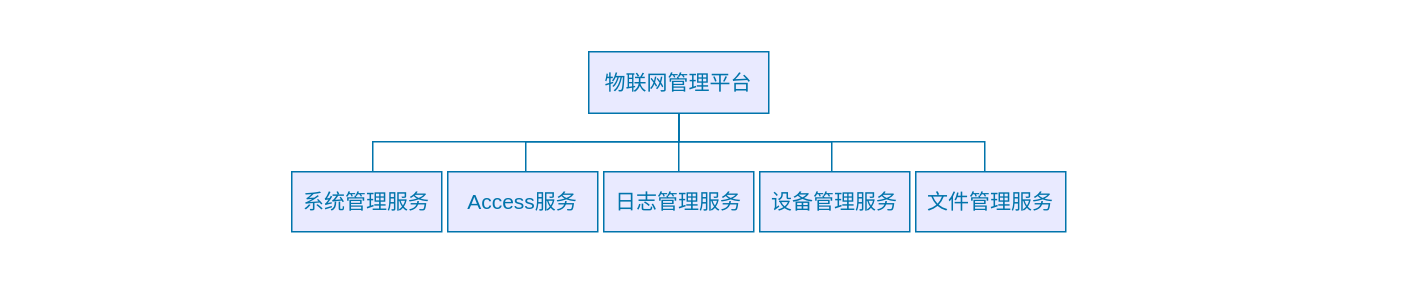
This is IOTManage/module-division.drawio from waterwatermelon/graph, a draw.io file, before an edit. Source tidied: cells renumbered, new cells numbered last; positions are measured from the earlier drawing's top-left corner, leaving out a move shared by most shapes. Both pictures are drawn from the tidied source at 150%, with x=0, y=0 at pixel (291, 51).
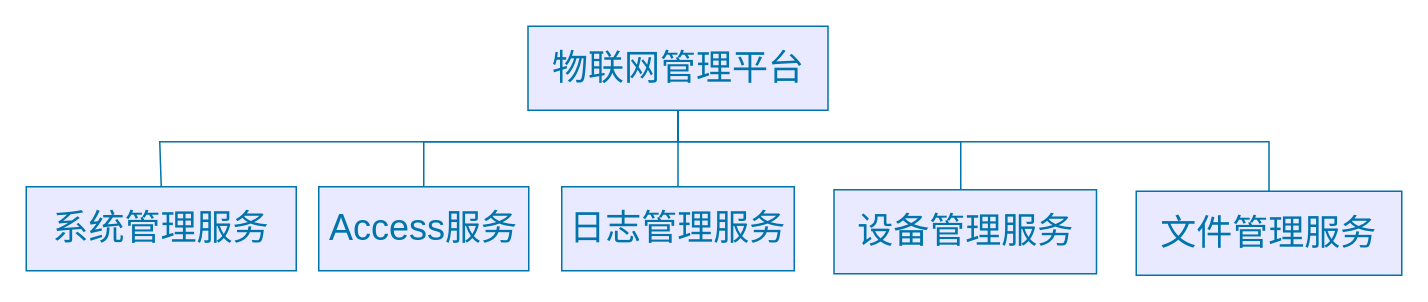
Above is the later version.

Change to the diagram source:
```diff
@@
 <mxGraphModel>
   <root>
     <mxCell id="0" />
     <mxCell id="1" parent="0" />
-    <mxCell id="2" style="edgeStyle=orthogonalEdgeStyle;rounded=0;jettySize=auto;html=1;exitX=0.5;exitY=1;exitDx=0;exitDy=0;fontSize=14;endArrow=none;endFill=0;strokeColor=#0174AB;labelBackgroundColor=none;fontColor=#0174AB;" parent="1" edge="1" source="7" target="11">
+    <mxCell id="2" style="edgeStyle=orthogonalEdgeStyle;rounded=0;jettySize=auto;html=1;exitX=0.5;exitY=1;exitDx=0;exitDy=0;fontSize=24;endArrow=none;endFill=0;strokeColor=#0174AB;labelBackgroundColor=none;fontColor=#0174AB;" parent="1" edge="1" source="7" target="11">
       <mxGeometry relative="1" as="geometry" />
     </mxCell>
-    <mxCell id="3" style="edgeStyle=orthogonalEdgeStyle;rounded=0;jettySize=auto;html=1;exitX=0.5;exitY=1;exitDx=0;exitDy=0;entryX=0.5;entryY=0;entryDx=0;entryDy=0;endArrow=none;endFill=0;fontSize=14;strokeColor=#0174AB;labelBackgroundColor=none;fontColor=#0174AB;" parent="1" edge="1" source="7" target="9">
+    <mxCell id="3" style="edgeStyle=orthogonalEdgeStyle;rounded=0;jettySize=auto;html=1;exitX=0.5;exitY=1;exitDx=0;exitDy=0;entryX=0.5;entryY=0;entryDx=0;entryDy=0;endArrow=none;endFill=0;fontSize=24;strokeColor=#0174AB;labelBackgroundColor=none;fontColor=#0174AB;" parent="1" edge="1" source="7" target="9">
       <mxGeometry relative="1" as="geometry">
         <Array as="points">
           <mxPoint x="258" y="60" />
-          <mxPoint x="156" y="60" />
+          <mxPoint x="88" y="60" />
         </Array>
       </mxGeometry>
     </mxCell>
-    <mxCell id="4" style="edgeStyle=orthogonalEdgeStyle;rounded=0;jettySize=auto;html=1;exitX=0.5;exitY=1;exitDx=0;exitDy=0;entryX=0.5;entryY=0;entryDx=0;entryDy=0;endArrow=none;endFill=0;fontSize=14;strokeColor=#0174AB;labelBackgroundColor=none;fontColor=#0174AB;" parent="1" edge="1" source="7" target="10">
-      <mxGeometry relative="1" as="geometry">
-        <Array as="points">
-          <mxPoint x="258" y="60" />
-          <mxPoint x="360" y="60" />
-        </Array>
-      </mxGeometry>
-    </mxCell>
-    <mxCell id="5" style="edgeStyle=orthogonalEdgeStyle;rounded=0;jettySize=auto;html=1;exitX=0.5;exitY=1;exitDx=0;exitDy=0;entryX=0.5;entryY=0;entryDx=0;entryDy=0;endArrow=none;endFill=0;fontSize=14;strokeColor=#0174AB;labelBackgroundColor=none;fontColor=#0174AB;" parent="1" edge="1" source="7" target="12">
+    <mxCell id="5" style="edgeStyle=orthogonalEdgeStyle;rounded=0;jettySize=auto;html=1;exitX=0.5;exitY=1;exitDx=0;exitDy=0;entryX=0.5;entryY=0;entryDx=0;entryDy=0;endArrow=none;endFill=0;fontSize=24;strokeColor=#0174AB;labelBackgroundColor=none;fontColor=#0174AB;" parent="1" edge="1" source="7" target="12">
       <mxGeometry relative="1" as="geometry">
         <Array as="points">
           <mxPoint x="258" y="60" />
-          <mxPoint x="462" y="60" />
+          <mxPoint x="652" y="60" />
         </Array>
       </mxGeometry>
     </mxCell>
-    <mxCell id="6" style="edgeStyle=orthogonalEdgeStyle;rounded=0;jettySize=auto;html=1;exitX=0.5;exitY=1;exitDx=0;exitDy=0;entryX=0.5;entryY=0;entryDx=0;entryDy=0;endArrow=none;endFill=0;fontSize=14;strokeColor=#0174AB;labelBackgroundColor=none;fontColor=#0174AB;" parent="1" edge="1" source="7" target="8">
+    <mxCell id="6" style="edgeStyle=orthogonalEdgeStyle;rounded=0;jettySize=auto;html=1;exitX=0.5;exitY=1;exitDx=0;exitDy=0;entryX=0.5;entryY=0;entryDx=0;entryDy=0;labelBackgroundColor=none;strokeColor=#0174AB;fontSize=24;fontColor=#0174AB;endArrow=none;endFill=0;" parent="1" edge="1" source="7" target="8">
       <mxGeometry relative="1" as="geometry">
         <Array as="points">
           <mxPoint x="258" y="60" />
-          <mxPoint x="54" y="60" />
+          <mxPoint x="-88" y="60" />
         </Array>
       </mxGeometry>
     </mxCell>
+    <mxCell id="4" style="edgeStyle=orthogonalEdgeStyle;rounded=0;jettySize=auto;html=1;exitX=0.5;exitY=1;exitDx=0;exitDy=0;entryX=0.5;entryY=0;entryDx=0;entryDy=0;labelBackgroundColor=none;endArrow=none;endFill=0;strokeColor=#0174AB;fontSize=24;fontColor=#0174AB;" parent="1" edge="1" source="7" target="10">
+      <mxGeometry relative="1" as="geometry">
+        <Array as="points">
+          <mxPoint x="258" y="60" />
+          <mxPoint x="446" y="60" />
+        </Array>
+      </mxGeometry>
+    </mxCell>
-    <mxCell id="7" value="&lt;font color=&quot;#0174ab&quot;&gt;物联网管理平台&lt;/font&gt;" style="rounded=0;whiteSpace=wrap;html=1;strokeWidth=1;fontSize=14;fillColor=#E9EAFF;strokeColor=#0174AB;" parent="1" vertex="1">
-      <mxGeometry x="198" width="120" height="41" as="geometry" />
+    <mxCell id="7" value="&lt;font color=&quot;#0174ab&quot; style=&quot;font-size: 24px;&quot;&gt;物联网管理平台&lt;/font&gt;" style="rounded=0;whiteSpace=wrap;html=1;strokeWidth=1;fontSize=24;fillColor=#E9EAFF;strokeColor=#0174AB;" parent="1" vertex="1">
+      <mxGeometry x="157.5" y="-17" width="200" height="56" as="geometry" />
     </mxCell>
-    <mxCell id="8" value="系统管理服务" style="rounded=0;whiteSpace=wrap;html=1;strokeWidth=1;fontSize=14;strokeColor=#0174AB;fillColor=#E9EAFF;labelBackgroundColor=none;fontColor=#0174AB;" parent="1" vertex="1">
-      <mxGeometry y="80" width="100" height="40" as="geometry" />
+    <mxCell id="8" value="系统管理服务" style="rounded=0;whiteSpace=wrap;html=1;strokeWidth=1;fontSize=24;strokeColor=#0174AB;fillColor=#E9EAFF;labelBackgroundColor=none;fontColor=#0174AB;" parent="1" vertex="1">
+      <mxGeometry x="-177" y="90" width="180" height="56" as="geometry" />
     </mxCell>
-    <mxCell id="9" value="Access服务" style="rounded=0;whiteSpace=wrap;html=1;strokeWidth=1;fontSize=14;strokeColor=#0174AB;fillColor=#E9EAFF;labelBackgroundColor=none;fontColor=#0174AB;" parent="1" vertex="1">
-      <mxGeometry x="104" y="80" width="100" height="40" as="geometry" />
+    <mxCell id="9" value="Access服务" style="rounded=0;whiteSpace=wrap;html=1;strokeWidth=1;fontSize=24;strokeColor=#0174AB;fillColor=#E9EAFF;labelBackgroundColor=none;fontColor=#0174AB;" parent="1" vertex="1">
+      <mxGeometry x="18" y="90" width="140" height="56" as="geometry" />
     </mxCell>
-    <mxCell id="10" value="设备管理服务" style="rounded=0;whiteSpace=wrap;html=1;strokeWidth=1;fontSize=14;strokeColor=#0174AB;fillColor=#E9EAFF;labelBackgroundColor=none;fontColor=#0174AB;" parent="1" vertex="1">
-      <mxGeometry x="312" y="80" width="100" height="40" as="geometry" />
+    <mxCell id="10" value="设备管理服务" style="rounded=0;whiteSpace=wrap;html=1;strokeWidth=1;fontSize=24;strokeColor=#0174AB;fillColor=#E9EAFF;labelBackgroundColor=none;fontColor=#0174AB;" parent="1" vertex="1">
+      <mxGeometry x="361.5" y="92" width="175" height="56" as="geometry" />
     </mxCell>
-    <mxCell id="11" value="日志管理服务" style="rounded=0;whiteSpace=wrap;html=1;strokeWidth=1;fontSize=14;strokeColor=#0174AB;fillColor=#E9EAFF;labelBackgroundColor=none;fontColor=#0174AB;" parent="1" vertex="1">
-      <mxGeometry x="208" y="80" width="100" height="40" as="geometry" />
+    <mxCell id="11" value="日志管理服务" style="rounded=0;whiteSpace=wrap;html=1;strokeWidth=1;fontSize=24;strokeColor=#0174AB;fillColor=#E9EAFF;labelBackgroundColor=none;fontColor=#0174AB;" parent="1" vertex="1">
+      <mxGeometry x="180" y="90" width="155" height="56" as="geometry" />
     </mxCell>
-    <mxCell id="12" value="文件管理服务" style="rounded=0;whiteSpace=wrap;html=1;strokeWidth=1;fontSize=14;strokeColor=#0174AB;fillColor=#E9EAFF;labelBackgroundColor=none;fontColor=#0174AB;" parent="1" vertex="1">
-      <mxGeometry x="416" y="80" width="100" height="40" as="geometry" />
+    <mxCell id="12" value="文件管理服务" style="rounded=0;whiteSpace=wrap;html=1;strokeWidth=1;fontSize=24;strokeColor=#0174AB;fillColor=#E9EAFF;labelBackgroundColor=none;fontColor=#0174AB;" parent="1" vertex="1">
+      <mxGeometry x="563" y="93" width="177" height="56" as="geometry" />
     </mxCell>
   </root>
 </mxGraphModel>
```
